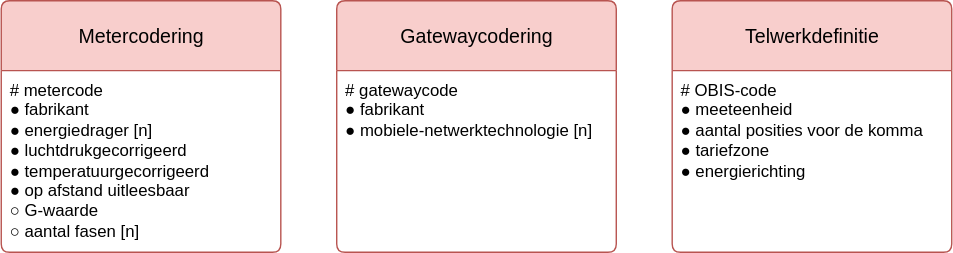
This is modellen/registers/meetcomponentstandaardenregister/1.0.0/model.drawio.svg from sefanja/nbnl-conceptuele-informatiemodellen, a draw.io export, as it was before one commit. Source tidied: cells renumbered, new cells last; positions are measured from the earlier drawing's top-left corner, leaving out a move shared by most shapes.
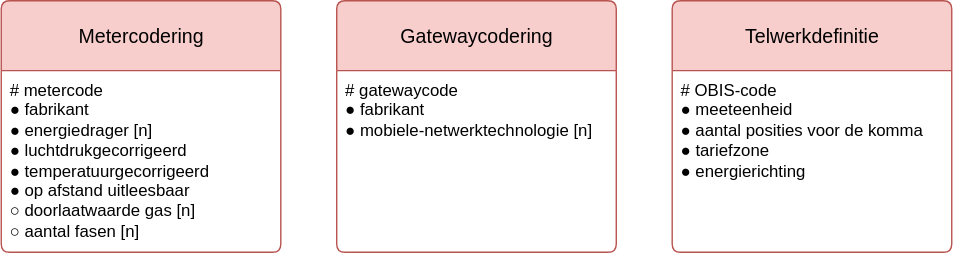
Above is the later version.

Diff of the diagram source:
```diff
@@ -5,7 +5,7 @@
     <mxCell id="2" value="&lt;div&gt;Metercodering&lt;/div&gt;" style="swimlane;horizontal=1;startSize=50;rounded=1;fontSize=14;fontStyle=0;strokeWidth=1;shadow=0;dashed=0;align=center;fillColor=#f8cecc;strokeColor=#b85450;arcSize=4;whiteSpace=wrap;html=1;" parent="1" vertex="1">
       <mxGeometry width="200" height="180" as="geometry" />
     </mxCell>
-    <mxCell id="3" value="# metercode&lt;div&gt;&lt;div&gt;&lt;span style=&quot;background-color: transparent; color: light-dark(rgb(0, 0, 0), rgb(255, 255, 255));&quot;&gt;● fabrikant&lt;/span&gt;&lt;/div&gt;&lt;div&gt;● energiedrager [n]&lt;/div&gt;&lt;div&gt;&lt;span style=&quot;background-color: transparent; color: light-dark(rgb(0, 0, 0), rgb(255, 255, 255));&quot;&gt;● luchtdrukgecorrigeerd&lt;/span&gt;&lt;/div&gt;&lt;div&gt;&lt;div&gt;● temperatuurgecorrigeerd&lt;/div&gt;&lt;/div&gt;&lt;div&gt;● op afstand uitleesbaar&lt;/div&gt;&lt;/div&gt;&lt;div&gt;&lt;span style=&quot;background-color: transparent; color: light-dark(rgb(0, 0, 0), rgb(255, 255, 255));&quot;&gt;○&amp;nbsp;&lt;/span&gt;G-waarde&lt;/div&gt;&lt;div&gt;&lt;span style=&quot;background-color: transparent; color: light-dark(rgb(0, 0, 0), rgb(255, 255, 255));&quot;&gt;○&amp;nbsp;&lt;/span&gt;aantal fasen [n]&lt;/div&gt;" style="align=left;strokeColor=none;fillColor=none;spacingLeft=4;fontSize=12;verticalAlign=top;fontStyle=0;html=1;" parent="2" vertex="1">
+    <mxCell id="3" value="# metercode&lt;div&gt;&lt;div&gt;&lt;span style=&quot;background-color: transparent; color: light-dark(rgb(0, 0, 0), rgb(255, 255, 255));&quot;&gt;● fabrikant&lt;/span&gt;&lt;/div&gt;&lt;div&gt;● energiedrager [n]&lt;/div&gt;&lt;div&gt;&lt;span style=&quot;background-color: transparent; color: light-dark(rgb(0, 0, 0), rgb(255, 255, 255));&quot;&gt;● luchtdrukgecorrigeerd&lt;/span&gt;&lt;/div&gt;&lt;div&gt;&lt;div&gt;● temperatuurgecorrigeerd&lt;/div&gt;&lt;/div&gt;&lt;div&gt;● op afstand uitleesbaar&lt;/div&gt;&lt;/div&gt;&lt;div&gt;&lt;span style=&quot;background-color: transparent; color: light-dark(rgb(0, 0, 0), rgb(255, 255, 255));&quot;&gt;○&amp;nbsp;&lt;/span&gt;doorlaatwaarde gas [n]&lt;/div&gt;&lt;div&gt;&lt;span style=&quot;background-color: transparent; color: light-dark(rgb(0, 0, 0), rgb(255, 255, 255));&quot;&gt;○&amp;nbsp;&lt;/span&gt;aantal fasen [n]&lt;/div&gt;" style="align=left;strokeColor=none;fillColor=none;spacingLeft=4;fontSize=12;verticalAlign=top;fontStyle=0;html=1;" parent="2" vertex="1">
       <mxGeometry y="50" width="200" height="130" as="geometry" />
     </mxCell>
     <mxCell id="4" value="&lt;div&gt;Gatewaycodering&lt;/div&gt;" style="swimlane;horizontal=1;startSize=50;rounded=1;fontSize=14;fontStyle=0;strokeWidth=1;shadow=0;dashed=0;align=center;fillColor=#f8cecc;strokeColor=#b85450;arcSize=4;whiteSpace=wrap;html=1;" parent="1" vertex="1">
```
